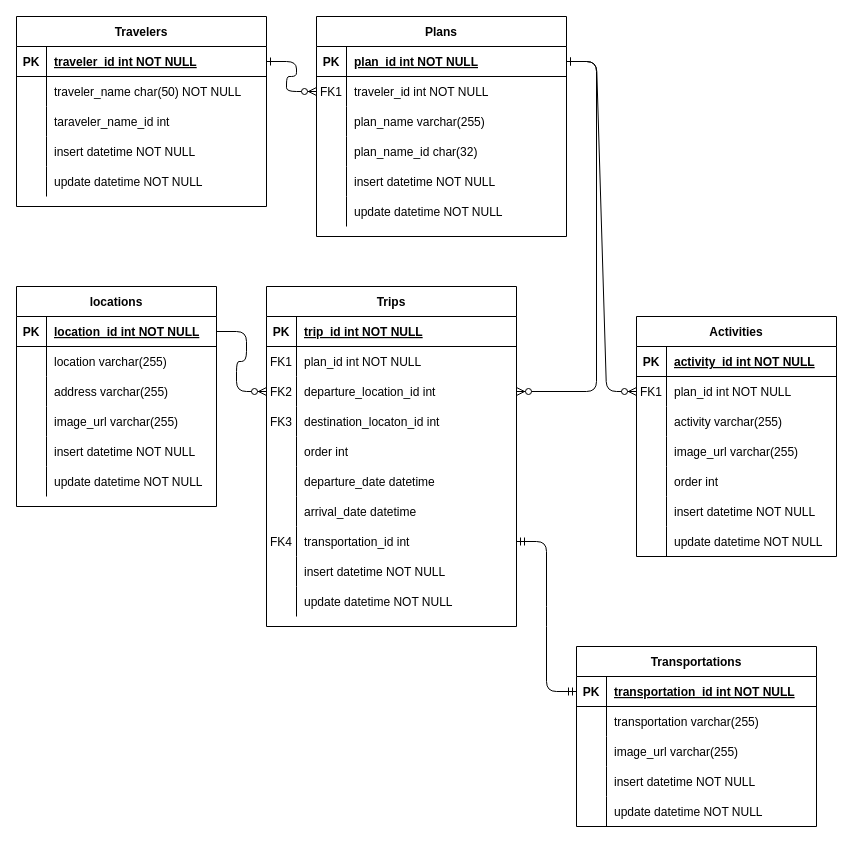
The draw.io diagram doc/ERDiagram.drawio in hudifu316/flaskapi, before the edit. Source tidied: cells renumbered, new cells numbered last; positions are measured from the earlier drawing's top-left corner, leaving out a move shared by most shapes. Both pictures are drawn from the tidied source at 100%, with x=0, y=0 at pixel (16, 16).
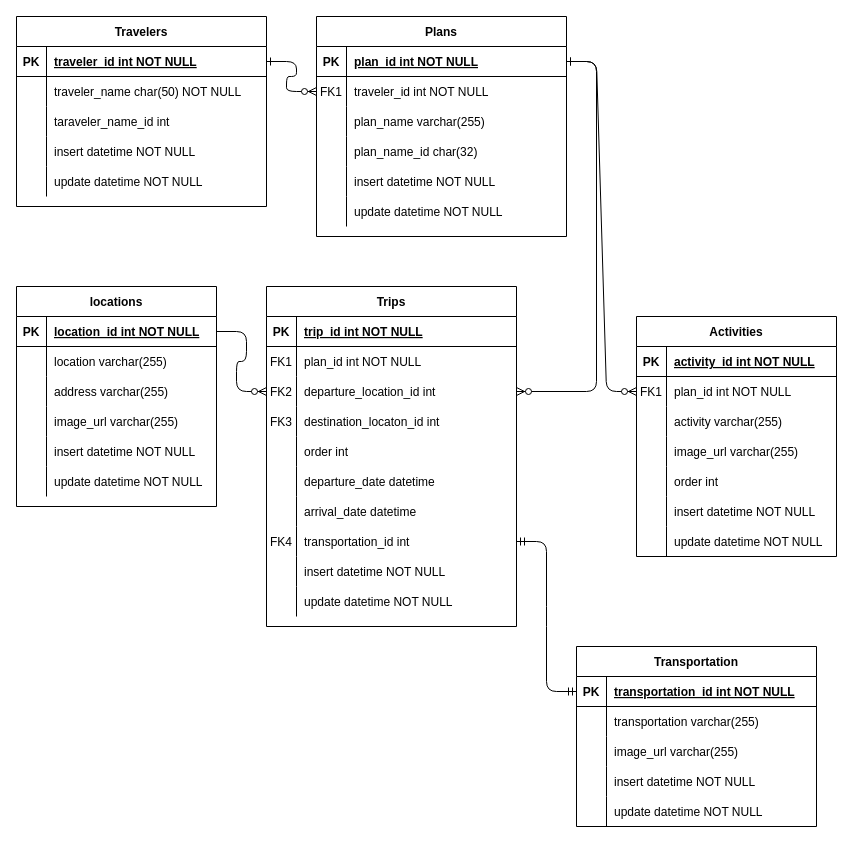
The same page after the edit.

Commit message:
transportationは不可算名詞のため

The edit, as a diff of the source:
```diff
@@
-    <mxCell id="92" value="Transportations" style="shape=table;startSize=30;childLayout=tableLayout;rowLines=0;fontStyle=1;align=center;" parent="1" vertex="1">
+    <mxCell id="92" value="Transportation" style="shape=table;startSize=30;childLayout=tableLayout;rowLines=0;fontStyle=1;align=center;" parent="1" vertex="1">
       <mxGeometry x="560" y="630" width="240" height="180" as="geometry" />
     </mxCell>
```
